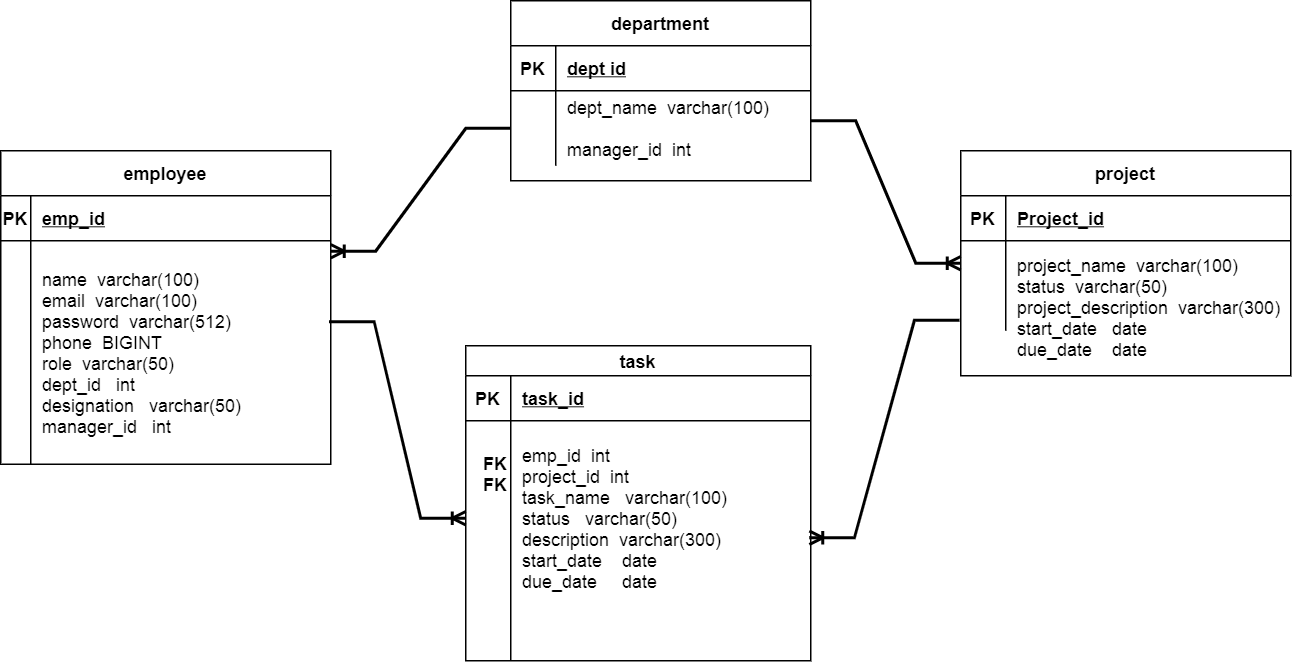
Above: ETMS_complete-ER.drawio.png in Hks1998/ETMS_Project (draw.io), before the change. Source tidied: cells renumbered, new cells last; positions are measured from the earlier drawing's top-left corner, leaving out a move shared by most shapes.
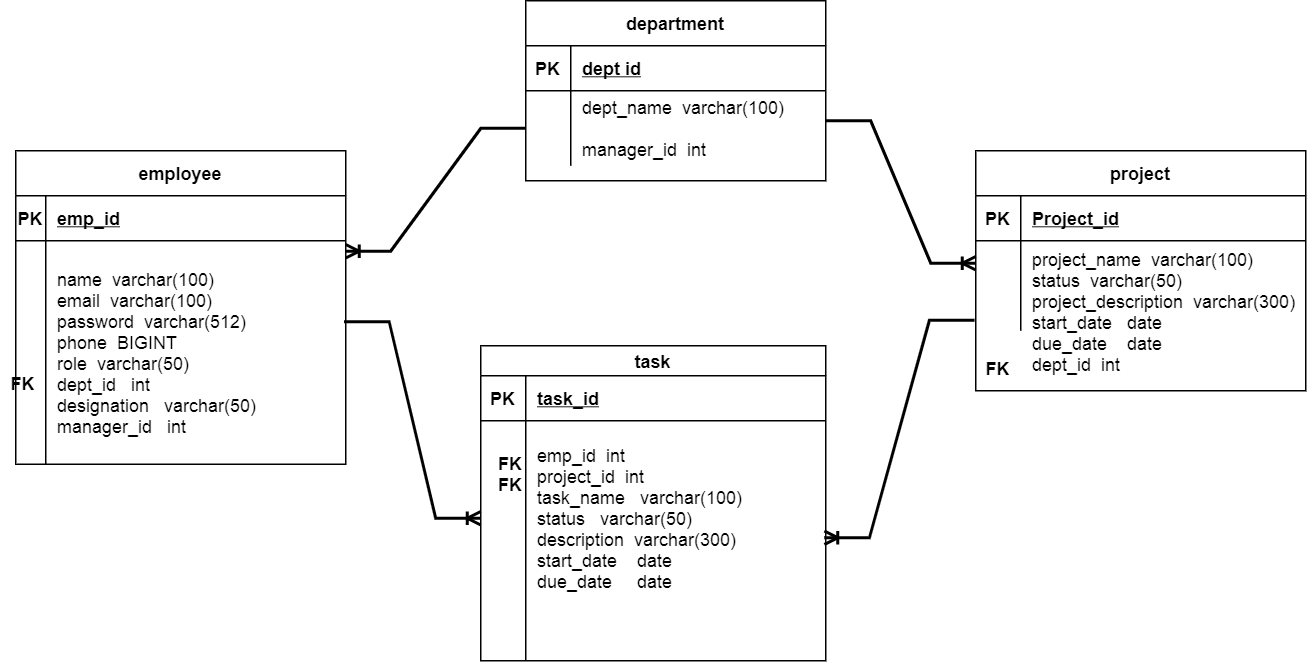
The same diagram one commit later.

Diff of the diagram source:
```diff
@@ -75,7 +75,7 @@
       <mxGeometry x="20" width="200" height="149" as="geometry" />
     </mxCell>
     <mxCell id="26" value="project" style="shape=table;startSize=30;rowLines=0;fontStyle=1;align=center;" parent="1" vertex="1">
-      <mxGeometry x="640" y="100" width="220" height="150" as="geometry" />
+      <mxGeometry x="640" y="100" width="220" height="160" as="geometry" />
     </mxCell>
     <mxCell id="27" style="shape=partialRectangle;fillColor=none;top=0;left=0;bottom=1;right=0;" parent="26" vertex="1">
       <mxGeometry y="30" width="220" height="30" as="geometry" />
@@ -104,8 +104,8 @@
     <mxCell id="35" style="shape=partialRectangle;fillColor=none;top=0;left=0;bottom=0;right=0;align=left;spacingLeft=6;overflow=hidden;" parent="33" vertex="1">
       <mxGeometry x="30" width="190" height="30" as="geometry" />
     </mxCell>
-    <mxCell id="36" value="project_name  varchar(100) &#10;status  varchar(50) &#10;project_description  varchar(300) &#10;start_date   date&#10;due_date    date" style="shape=partialRectangle;fillColor=none;top=0;left=0;bottom=0;right=0;align=left;spacingLeft=6;overflow=hidden;" parent="1" vertex="1">
-      <mxGeometry x="670" y="164.5" width="190" height="80" as="geometry" />
+    <mxCell id="36" value="project_name  varchar(100) &#10;status  varchar(50) &#10;project_description  varchar(300) &#10;start_date   date&#10;due_date    date&#10;dept_id  int" style="shape=partialRectangle;fillColor=none;top=0;left=0;bottom=0;right=0;align=left;spacingLeft=6;overflow=hidden;" parent="1" vertex="1">
+      <mxGeometry x="670" y="164.5" width="190" height="85.5" as="geometry" />
     </mxCell>
     <mxCell id="37" value="&lt;b&gt;FK&lt;br&gt;&lt;/b&gt;&lt;b&gt;FK&lt;/b&gt;&lt;b&gt;&lt;br&gt;&lt;/b&gt;" style="text;html=1;strokeColor=none;fillColor=none;align=center;verticalAlign=middle;whiteSpace=wrap;rounded=0;" parent="1" vertex="1">
       <mxGeometry x="300" y="300" width="60" height="30" as="geometry" />
@@ -124,5 +124,11 @@
         <mxPoint x="540" y="80" as="sourcePoint" />
       </mxGeometry>
     </mxCell>
+    <mxCell id="42" value="&lt;b&gt;FK&lt;/b&gt;" style="text;html=1;strokeColor=none;fillColor=none;align=center;verticalAlign=middle;whiteSpace=wrap;rounded=0;" parent="1" vertex="1">
+      <mxGeometry x="640" y="230" width="30" height="30" as="geometry" />
+    </mxCell>
+    <mxCell id="43" value="&lt;b&gt;FK&lt;/b&gt;" style="text;html=1;strokeColor=none;fillColor=none;align=center;verticalAlign=middle;whiteSpace=wrap;rounded=0;" parent="1" vertex="1">
+      <mxGeometry x="-10" y="240" width="30" height="30" as="geometry" />
+    </mxCell>
   </root>
 </mxGraphModel>
```
